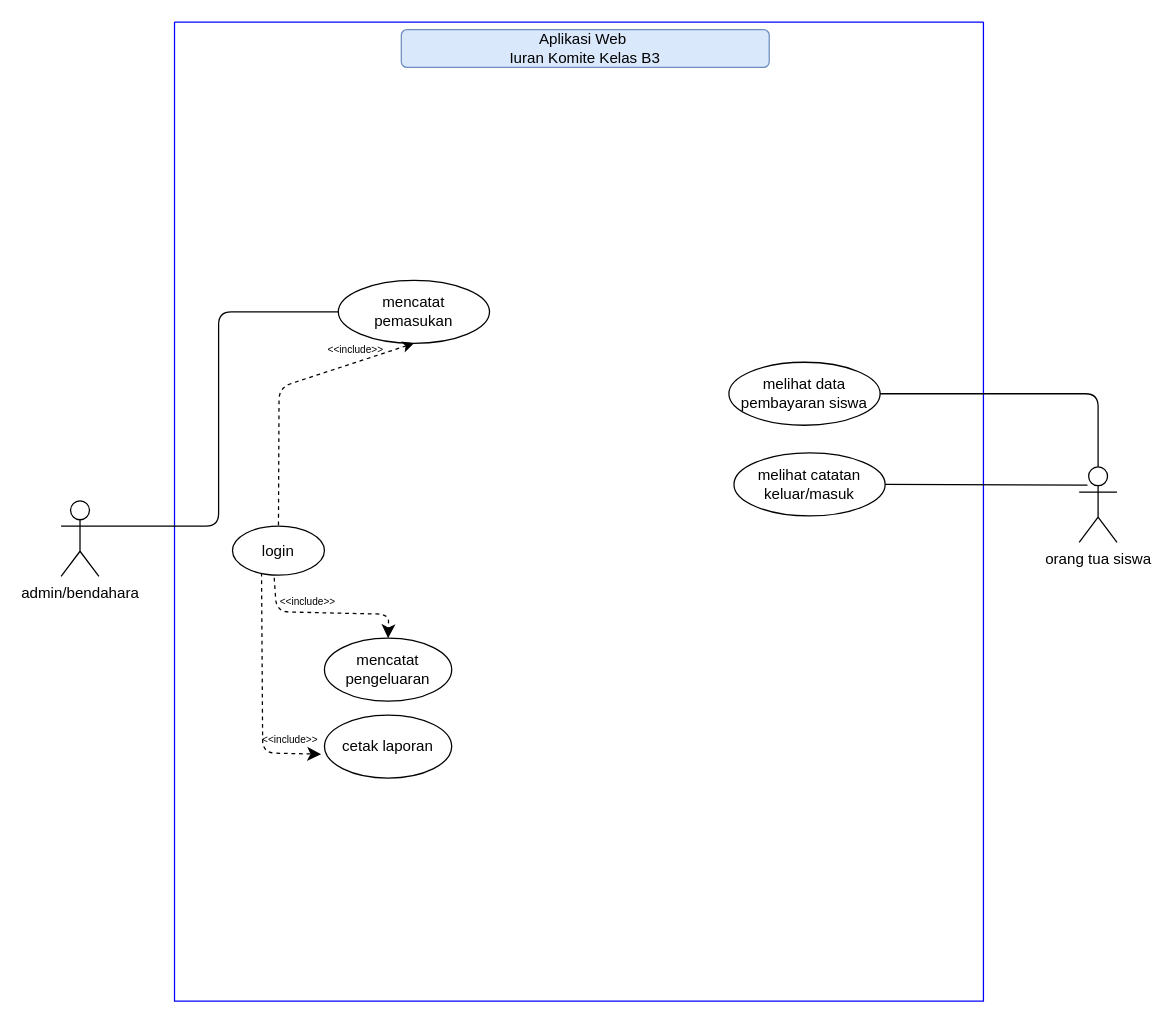
This is komite_al_adaby.drawio from eenattayani/desain, a draw.io file, before an edit. Source tidied: cells renumbered, new cells numbered last; positions are measured from the earlier drawing's top-left corner, leaving out a move shared by most shapes. Both pictures are drawn from the tidied source at 126%, with x=0, y=0 at pixel (60, 21).
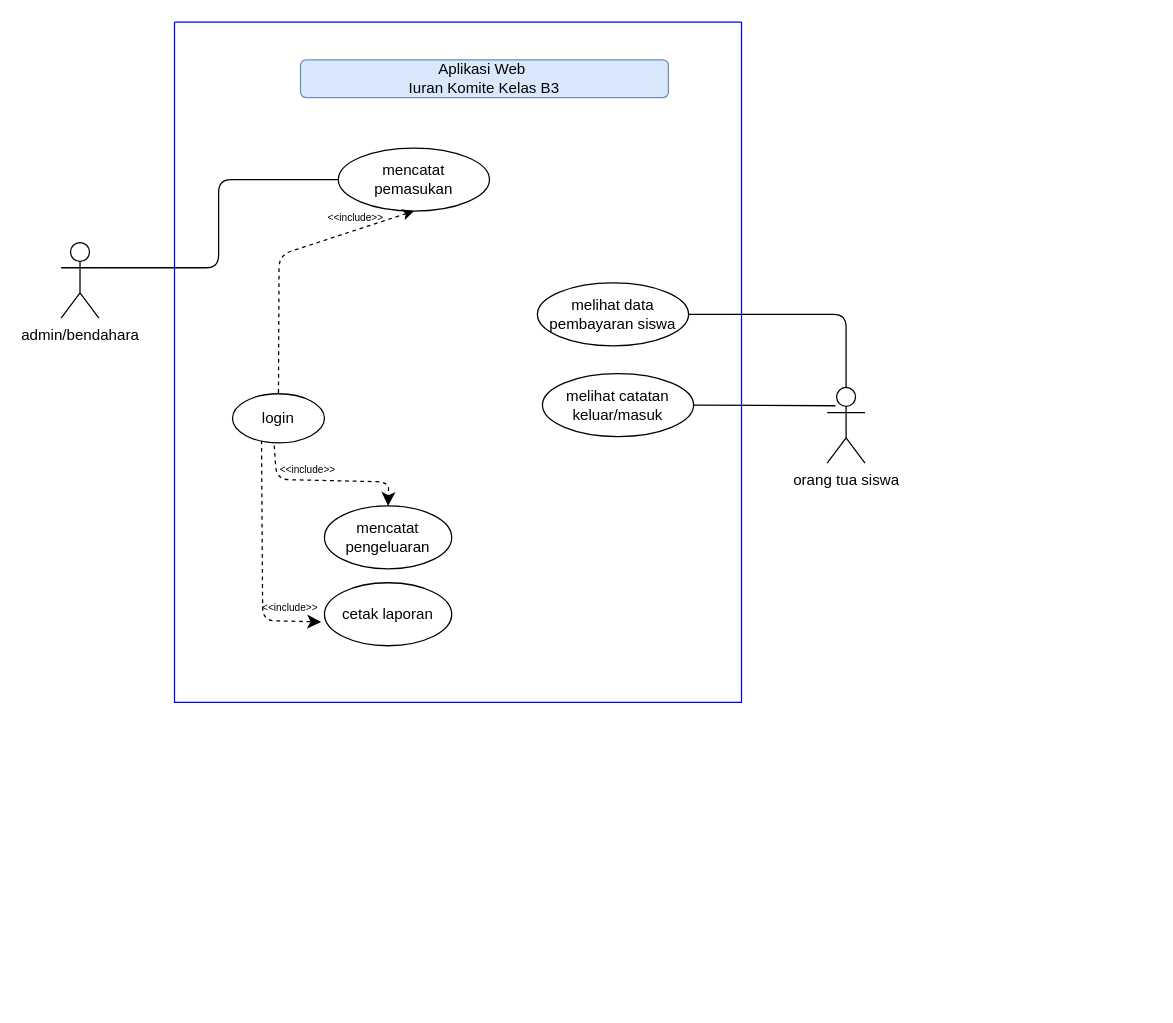
Above is the later version.

Diff of the diagram source:
```diff
@@
     <mxCell id="2" style="swimlane;startSize=0;fillColor=#fff2cc;strokeColor=#0000FF;" parent="1" vertex="1">
-      <mxGeometry x="90" width="642" height="777" as="geometry" />
+      <mxGeometry x="90" width="450" height="540" as="geometry" />
     </mxCell>
+    <mxCell id="8" value="Aplikasi Web&amp;nbsp;&lt;div&gt;Iuran Komite Kelas B3&lt;/div&gt;" style="text;html=1;align=center;verticalAlign=middle;whiteSpace=wrap;rounded=1;fillColor=#dae8fc;strokeColor=#6c8ebf;fillStyle=solid;gradientColor=none;perimeterSpacing=0;strokeWidth=1;spacingTop=1;spacingBottom=1;" parent="2" vertex="1">
+      <mxGeometry x="100" y="30" width="292" height="30" as="geometry" />
+    </mxCell>
     <mxCell id="3" style="edgeStyle=none;curved=0;rounded=1;jettySize=auto;html=1;entryX=-0.026;entryY=0.622;entryDx=0;entryDy=0;fontSize=12;startSize=8;endSize=8;dashed=1;entryPerimeter=0;exitX=0.316;exitY=0.951;exitDx=0;exitDy=0;exitPerimeter=0;" parent="2" edge="1" source="4" target="17">
       <mxGeometry relative="1" as="geometry">
         <Array as="points">
-          <mxPoint x="70" y="580" />
+          <mxPoint x="70" y="475" />
         </Array>
       </mxGeometry>
     </mxCell>
     <mxCell id="4" value="login" style="ellipse;whiteSpace=wrap;html=1;" parent="2" vertex="1">
-      <mxGeometry x="46" y="400" width="73" height="39" as="geometry" />
+      <mxGeometry x="46" y="295" width="73" height="39" as="geometry" />
     </mxCell>
     <mxCell id="5" value="mencatat&lt;div&gt;pemasukan&lt;/div&gt;" style="ellipse;whiteSpace=wrap;html=1;" parent="2" vertex="1">
-      <mxGeometry x="130" y="205" width="120" height="50" as="geometry" />
+      <mxGeometry x="130" y="100" width="120" height="50" as="geometry" />
     </mxCell>
     <mxCell id="6" style="endArrow=none;dashed=1;html=1;rounded=1;exitX=0.5;exitY=1;exitDx=0;exitDy=0;entryX=0.5;entryY=0;entryDx=0;entryDy=0;startArrow=classic;startFill=1;curved=0;" parent="2" edge="1" source="5" target="4">
       <mxGeometry relative="1" as="geometry">
         <Array as="points">
-          <mxPoint x="83" y="290" />
+          <mxPoint x="83" y="185" />
         </Array>
       </mxGeometry>
     </mxCell>
     <mxCell id="7" value="&amp;lt;&amp;lt;include&amp;gt;&amp;gt;" style="text;html=1;align=center;verticalAlign=middle;whiteSpace=wrap;rounded=0;fontSize=8;" parent="2" vertex="1">
-      <mxGeometry x="114" y="255" width="60" height="10" as="geometry" />
+      <mxGeometry x="114" y="150" width="60" height="10" as="geometry" />
     </mxCell>
-    <mxCell id="8" value="Aplikasi Web&amp;nbsp;&lt;div&gt;Iuran Komite Kelas B3&lt;/div&gt;" style="text;html=1;align=center;verticalAlign=middle;whiteSpace=wrap;rounded=1;fillColor=#dae8fc;strokeColor=#6c8ebf;fillStyle=solid;gradientColor=none;perimeterSpacing=0;strokeWidth=1;spacingTop=1;spacingBottom=1;" parent="2" vertex="1">
-      <mxGeometry x="180" y="6" width="292" height="30" as="geometry" />
-    </mxCell>
     <mxCell id="9" value="melihat data pembayaran siswa" style="ellipse;whiteSpace=wrap;html=1;" parent="2" vertex="1">
-      <mxGeometry x="440" y="270" width="120" height="50" as="geometry" />
+      <mxGeometry x="288" y="207" width="120" height="50" as="geometry" />
     </mxCell>
     <mxCell id="10" value="melihat catatan keluar/masuk" style="ellipse;whiteSpace=wrap;html=1;" parent="2" vertex="1">
-      <mxGeometry x="444" y="342" width="120" height="50" as="geometry" />
+      <mxGeometry x="292" y="279" width="120" height="50" as="geometry" />
     </mxCell>
     <mxCell id="11" value="orang tua siswa" style="shape=umlActor;verticalLabelPosition=bottom;verticalAlign=top;html=1;outlineConnect=0;" parent="2" vertex="1">
-      <mxGeometry x="718" y="353" width="30" height="60" as="geometry" />
+      <mxGeometry x="518" y="290" width="30" height="60" as="geometry" />
     </mxCell>
     <mxCell id="12" style="endArrow=none;html=1;rounded=1;entryX=0.5;entryY=0;entryDx=0;entryDy=0;entryPerimeter=0;exitX=1;exitY=0.5;exitDx=0;exitDy=0;curved=0;" parent="2" edge="1" source="9" target="11">
       <mxGeometry relative="1" as="geometry">
         <Array as="points">
-          <mxPoint x="733" y="295" />
+          <mxPoint x="533" y="232" />
         </Array>
       </mxGeometry>
     </mxCell>
@@
     <mxCell id="14" value="mencatat pengeluaran" style="ellipse;whiteSpace=wrap;html=1;" parent="2" vertex="1">
-      <mxGeometry x="119" y="489" width="101" height="50" as="geometry" />
+      <mxGeometry x="119" y="384" width="101" height="50" as="geometry" />
     </mxCell>
     <mxCell id="15" style="edgeStyle=none;curved=0;rounded=1;jettySize=auto;html=1;entryX=0.5;entryY=0;entryDx=0;entryDy=0;fontSize=12;startSize=8;endSize=8;dashed=1;exitX=0.454;exitY=1.052;exitDx=0;exitDy=0;exitPerimeter=0;" parent="2" edge="1" source="4" target="14">
       <mxGeometry relative="1" as="geometry">
         <Array as="points">
-          <mxPoint x="81" y="468" />
-          <mxPoint x="170" y="470" />
+          <mxPoint x="81" y="363" />
+          <mxPoint x="170" y="365" />
         </Array>
       </mxGeometry>
     </mxCell>
     <mxCell id="16" value="&amp;lt;&amp;lt;include&amp;gt;&amp;gt;" style="text;html=1;align=center;verticalAlign=middle;whiteSpace=wrap;rounded=0;fontSize=8;" parent="2" vertex="1">
-      <mxGeometry x="76" y="455" width="60" height="10" as="geometry" />
+      <mxGeometry x="76" y="350" width="60" height="10" as="geometry" />
     </mxCell>
     <mxCell id="17" value="cetak laporan" style="ellipse;whiteSpace=wrap;html=1;" parent="2" vertex="1">
-      <mxGeometry x="119" y="550" width="101" height="50" as="geometry" />
+      <mxGeometry x="119" y="445" width="101" height="50" as="geometry" />
     </mxCell>
     <mxCell id="18" value="&amp;lt;&amp;lt;include&amp;gt;&amp;gt;" style="text;html=1;align=center;verticalAlign=middle;whiteSpace=wrap;rounded=0;fontSize=8;" parent="2" vertex="1">
-      <mxGeometry x="62" y="565" width="60" height="10" as="geometry" />
+      <mxGeometry x="62" y="460" width="60" height="10" as="geometry" />
     </mxCell>
-    <mxCell id="19" style="edgeStyle=orthogonalEdgeStyle;rounded=1;jettySize=auto;html=1;exitX=1;exitY=0.3333333333333333;exitDx=0;exitDy=0;exitPerimeter=0;entryX=0;entryY=0.5;entryDx=0;entryDy=0;endArrow=none;endFill=0;curved=0;" parent="1" edge="1" source="20" target="5">
+    <mxCell id="19" style="edgeStyle=orthogonalEdgeStyle;rounded=1;jettySize=auto;html=1;exitX=1;exitY=0.3333333333333333;exitDx=0;exitDy=0;exitPerimeter=0;entryX=0;entryY=0.5;entryDx=0;entryDy=0;endArrow=none;endFill=0;curved=0;" parent="2" edge="1" source="20" target="5">
       <mxGeometry relative="1" as="geometry" />
     </mxCell>
-    <mxCell id="20" value="admin/bendahara" style="shape=umlActor;verticalLabelPosition=bottom;verticalAlign=top;html=1;outlineConnect=0;" parent="1" vertex="1">
-      <mxGeometry y="380" width="30" height="60" as="geometry" />
+    <mxCell id="20" value="admin/bendahara" style="shape=umlActor;verticalLabelPosition=bottom;verticalAlign=top;html=1;outlineConnect=0;" parent="2" vertex="1">
+      <mxGeometry x="-90" y="175" width="30" height="60" as="geometry" />
     </mxCell>
```
